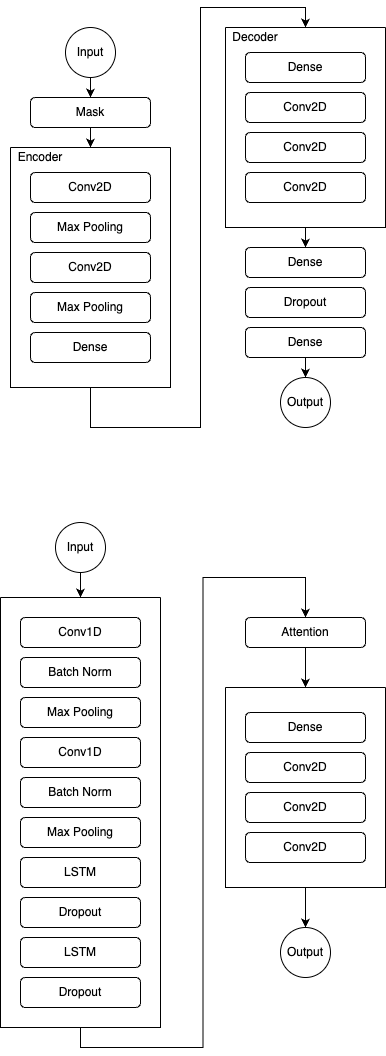
sunyshore/eeg keeps this draw.io diagram as models_diagrams.png. Above is the earlier version. Source tidied: cells renumbered, new cells last; positions are measured from the earlier drawing's top-left corner, leaving out a move shared by most shapes.
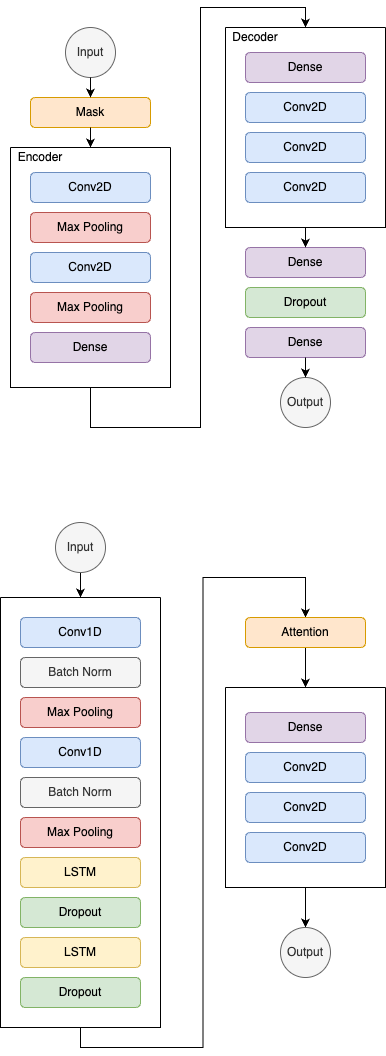
The same file after the commit.

The edit, as a diff of the source:
```diff
@@ -5,19 +5,19 @@
     <mxCell id="2" style="swimlane;startSize=0;" parent="1" vertex="1">
       <mxGeometry x="10" y="140" width="160" height="240" as="geometry" />
     </mxCell>
-    <mxCell id="3" value="Conv2D" style="rounded=1;whiteSpace=wrap;html=1;" parent="2" vertex="1">
+    <mxCell id="3" value="Conv2D" style="rounded=1;whiteSpace=wrap;html=1;fillColor=#dae8fc;strokeColor=#6c8ebf;" parent="2" vertex="1">
       <mxGeometry x="20" y="25" width="120" height="30" as="geometry" />
     </mxCell>
-    <mxCell id="4" value="Max Pooling" style="rounded=1;whiteSpace=wrap;html=1;" parent="2" vertex="1">
+    <mxCell id="4" value="Max Pooling" style="rounded=1;whiteSpace=wrap;html=1;fillColor=#f8cecc;strokeColor=#b85450;" parent="2" vertex="1">
       <mxGeometry x="20" y="65" width="120" height="30" as="geometry" />
     </mxCell>
-    <mxCell id="5" value="Conv2D" style="rounded=1;whiteSpace=wrap;html=1;" parent="2" vertex="1">
+    <mxCell id="5" value="Conv2D" style="rounded=1;whiteSpace=wrap;html=1;fillColor=#dae8fc;strokeColor=#6c8ebf;" parent="2" vertex="1">
       <mxGeometry x="20" y="105" width="120" height="30" as="geometry" />
     </mxCell>
-    <mxCell id="6" value="Max Pooling" style="rounded=1;whiteSpace=wrap;html=1;" parent="2" vertex="1">
+    <mxCell id="6" value="Max Pooling" style="rounded=1;whiteSpace=wrap;html=1;fillColor=#f8cecc;strokeColor=#b85450;" parent="2" vertex="1">
       <mxGeometry x="20" y="145" width="120" height="30" as="geometry" />
     </mxCell>
-    <mxCell id="7" value="Dense" style="rounded=1;whiteSpace=wrap;html=1;" parent="2" vertex="1">
+    <mxCell id="7" value="Dense" style="rounded=1;whiteSpace=wrap;html=1;fillColor=#e1d5e7;strokeColor=#9673a6;" parent="2" vertex="1">
       <mxGeometry x="20" y="185" width="120" height="30" as="geometry" />
     </mxCell>
     <mxCell id="8" value="Encoder" style="text;html=1;align=center;verticalAlign=middle;whiteSpace=wrap;rounded=0;" parent="2" vertex="1">
@@ -26,16 +26,16 @@
     <mxCell id="9" style="swimlane;startSize=0;" parent="1" vertex="1">
       <mxGeometry x="225" y="20" width="160" height="200" as="geometry" />
     </mxCell>
-    <mxCell id="10" value="Dense" style="rounded=1;whiteSpace=wrap;html=1;" parent="9" vertex="1">
+    <mxCell id="10" value="Dense" style="rounded=1;whiteSpace=wrap;html=1;fillColor=#e1d5e7;strokeColor=#9673a6;" parent="9" vertex="1">
       <mxGeometry x="20" y="25" width="120" height="30" as="geometry" />
     </mxCell>
-    <mxCell id="11" value="Conv2D" style="rounded=1;whiteSpace=wrap;html=1;" parent="9" vertex="1">
+    <mxCell id="11" value="Conv2D" style="rounded=1;whiteSpace=wrap;html=1;fillColor=#dae8fc;strokeColor=#6c8ebf;" parent="9" vertex="1">
       <mxGeometry x="20" y="65" width="120" height="30" as="geometry" />
     </mxCell>
-    <mxCell id="12" value="Conv2D" style="rounded=1;whiteSpace=wrap;html=1;" parent="9" vertex="1">
+    <mxCell id="12" value="Conv2D" style="rounded=1;whiteSpace=wrap;html=1;fillColor=#dae8fc;strokeColor=#6c8ebf;" parent="9" vertex="1">
       <mxGeometry x="20" y="105" width="120" height="30" as="geometry" />
     </mxCell>
-    <mxCell id="13" value="Conv2D" style="rounded=1;whiteSpace=wrap;html=1;" parent="9" vertex="1">
+    <mxCell id="13" value="Conv2D" style="rounded=1;whiteSpace=wrap;html=1;fillColor=#dae8fc;strokeColor=#6c8ebf;" parent="9" vertex="1">
       <mxGeometry x="20" y="145" width="120" height="30" as="geometry" />
     </mxCell>
     <mxCell id="14" value="Decoder" style="text;html=1;align=center;verticalAlign=middle;whiteSpace=wrap;rounded=0;" parent="9" vertex="1">
@@ -44,22 +44,22 @@
     <mxCell id="15" style="edgeStyle=orthogonalEdgeStyle;rounded=0;orthogonalLoop=1;jettySize=auto;html=1;exitX=0.5;exitY=1;exitDx=0;exitDy=0;" parent="1" edge="1" source="2" target="2">
       <mxGeometry relative="1" as="geometry" />
     </mxCell>
-    <mxCell id="16" value="Mask" style="rounded=1;whiteSpace=wrap;html=1;" parent="1" vertex="1">
+    <mxCell id="16" value="Mask" style="rounded=1;whiteSpace=wrap;html=1;fillColor=#ffe6cc;strokeColor=#d79b00;" parent="1" vertex="1">
       <mxGeometry x="30" y="90" width="120" height="30" as="geometry" />
     </mxCell>
-    <mxCell id="17" value="Input" style="ellipse;whiteSpace=wrap;html=1;" parent="1" vertex="1">
+    <mxCell id="17" value="Input" style="ellipse;whiteSpace=wrap;html=1;fillColor=#f5f5f5;fontColor=#333333;strokeColor=#666666;" parent="1" vertex="1">
       <mxGeometry x="65" y="20" width="50" height="50" as="geometry" />
     </mxCell>
-    <mxCell id="18" value="Dense" style="rounded=1;whiteSpace=wrap;html=1;" parent="1" vertex="1">
+    <mxCell id="18" value="Dense" style="rounded=1;whiteSpace=wrap;html=1;fillColor=#e1d5e7;strokeColor=#9673a6;" parent="1" vertex="1">
       <mxGeometry x="245" y="240" width="120" height="30" as="geometry" />
     </mxCell>
-    <mxCell id="19" value="Dropout" style="rounded=1;whiteSpace=wrap;html=1;" parent="1" vertex="1">
+    <mxCell id="19" value="Dropout" style="rounded=1;whiteSpace=wrap;html=1;fillColor=#d5e8d4;strokeColor=#82b366;" parent="1" vertex="1">
       <mxGeometry x="245" y="280" width="120" height="30" as="geometry" />
     </mxCell>
-    <mxCell id="20" value="Dense" style="rounded=1;whiteSpace=wrap;html=1;" parent="1" vertex="1">
+    <mxCell id="20" value="Dense" style="rounded=1;whiteSpace=wrap;html=1;fillColor=#e1d5e7;strokeColor=#9673a6;" parent="1" vertex="1">
       <mxGeometry x="245" y="320" width="120" height="30" as="geometry" />
     </mxCell>
-    <mxCell id="21" value="Output" style="ellipse;whiteSpace=wrap;html=1;" parent="1" vertex="1">
+    <mxCell id="21" value="Output" style="ellipse;whiteSpace=wrap;html=1;fillColor=#f5f5f5;fontColor=#333333;strokeColor=#666666;" parent="1" vertex="1">
       <mxGeometry x="280" y="370" width="50" height="50" as="geometry" />
     </mxCell>
     <mxCell id="22" style="endArrow=classic;html=1;rounded=0;exitX=0.5;exitY=1;exitDx=0;exitDy=0;entryX=0.5;entryY=0;entryDx=0;entryDy=0;" parent="1" edge="1" source="17" target="16">
@@ -90,40 +90,40 @@
     <mxCell id="28" style="swimlane;startSize=0;" parent="1" vertex="1">
       <mxGeometry y="590" width="160" height="430" as="geometry" />
     </mxCell>
-    <mxCell id="29" value="Conv1D" style="rounded=1;whiteSpace=wrap;html=1;" parent="28" vertex="1">
+    <mxCell id="29" value="Conv1D" style="rounded=1;whiteSpace=wrap;html=1;fillColor=#dae8fc;strokeColor=#6c8ebf;" parent="28" vertex="1">
       <mxGeometry x="20" y="20" width="120" height="30" as="geometry" />
     </mxCell>
-    <mxCell id="30" value="Batch Norm" style="rounded=1;whiteSpace=wrap;html=1;" parent="28" vertex="1">
+    <mxCell id="30" value="Batch Norm" style="rounded=1;whiteSpace=wrap;html=1;fillColor=#f5f5f5;fontColor=#333333;strokeColor=#666666;" parent="28" vertex="1">
       <mxGeometry x="20" y="60" width="120" height="30" as="geometry" />
     </mxCell>
-    <mxCell id="31" value="Max Pooling" style="rounded=1;whiteSpace=wrap;html=1;" parent="28" vertex="1">
+    <mxCell id="31" value="Max Pooling" style="rounded=1;whiteSpace=wrap;html=1;fillColor=#f8cecc;strokeColor=#b85450;" parent="28" vertex="1">
       <mxGeometry x="20" y="100" width="120" height="30" as="geometry" />
     </mxCell>
-    <mxCell id="32" value="Conv1D" style="rounded=1;whiteSpace=wrap;html=1;" parent="28" vertex="1">
+    <mxCell id="32" value="Conv1D" style="rounded=1;whiteSpace=wrap;html=1;fillColor=#dae8fc;strokeColor=#6c8ebf;" parent="28" vertex="1">
       <mxGeometry x="20" y="140" width="120" height="30" as="geometry" />
     </mxCell>
-    <mxCell id="33" value="Batch Norm" style="rounded=1;whiteSpace=wrap;html=1;" parent="28" vertex="1">
+    <mxCell id="33" value="Batch Norm" style="rounded=1;whiteSpace=wrap;html=1;fillColor=#f5f5f5;fontColor=#333333;strokeColor=#666666;" parent="28" vertex="1">
       <mxGeometry x="20" y="180" width="120" height="30" as="geometry" />
     </mxCell>
-    <mxCell id="34" value="Max Pooling" style="rounded=1;whiteSpace=wrap;html=1;" parent="28" vertex="1">
+    <mxCell id="34" value="Max Pooling" style="rounded=1;whiteSpace=wrap;html=1;fillColor=#f8cecc;strokeColor=#b85450;" parent="28" vertex="1">
       <mxGeometry x="20" y="220" width="120" height="30" as="geometry" />
     </mxCell>
-    <mxCell id="35" value="LSTM" style="rounded=1;whiteSpace=wrap;html=1;" parent="28" vertex="1">
+    <mxCell id="35" value="LSTM" style="rounded=1;whiteSpace=wrap;html=1;fillColor=#fff2cc;strokeColor=#d6b656;" parent="28" vertex="1">
       <mxGeometry x="20" y="260" width="120" height="30" as="geometry" />
     </mxCell>
-    <mxCell id="36" value="Dropout" style="rounded=1;whiteSpace=wrap;html=1;" parent="28" vertex="1">
+    <mxCell id="36" value="Dropout" style="rounded=1;whiteSpace=wrap;html=1;fillColor=#d5e8d4;strokeColor=#82b366;" parent="28" vertex="1">
       <mxGeometry x="20" y="300" width="120" height="30" as="geometry" />
     </mxCell>
-    <mxCell id="37" value="LSTM" style="rounded=1;whiteSpace=wrap;html=1;" parent="28" vertex="1">
+    <mxCell id="37" value="LSTM" style="rounded=1;whiteSpace=wrap;html=1;fillColor=#fff2cc;strokeColor=#d6b656;" parent="28" vertex="1">
       <mxGeometry x="20" y="340" width="120" height="30" as="geometry" />
     </mxCell>
-    <mxCell id="38" value="Dropout" style="rounded=1;whiteSpace=wrap;html=1;" parent="28" vertex="1">
+    <mxCell id="38" value="Dropout" style="rounded=1;whiteSpace=wrap;html=1;fillColor=#d5e8d4;strokeColor=#82b366;" parent="28" vertex="1">
       <mxGeometry x="20" y="380" width="120" height="30" as="geometry" />
     </mxCell>
     <mxCell id="39" style="edgeStyle=orthogonalEdgeStyle;rounded=0;jettySize=auto;html=1;exitX=0.5;exitY=1;exitDx=0;exitDy=0;entryX=0.5;entryY=0;entryDx=0;entryDy=0;" parent="1" edge="1" source="40" target="42">
       <mxGeometry relative="1" as="geometry" />
     </mxCell>
-    <mxCell id="40" value="Attention" style="rounded=1;whiteSpace=wrap;html=1;" parent="1" vertex="1">
+    <mxCell id="40" value="Attention" style="rounded=1;whiteSpace=wrap;html=1;fillColor=#ffe6cc;strokeColor=#d79b00;" parent="1" vertex="1">
       <mxGeometry x="245" y="610" width="120" height="30" as="geometry" />
     </mxCell>
     <mxCell id="41" style="edgeStyle=orthogonalEdgeStyle;rounded=0;jettySize=auto;html=1;exitX=0.5;exitY=1;exitDx=0;exitDy=0;entryX=0.5;entryY=0;entryDx=0;entryDy=0;" parent="1" edge="1" source="42" target="47">
@@ -132,25 +132,25 @@
     <mxCell id="42" style="swimlane;startSize=0;" parent="1" vertex="1">
       <mxGeometry x="225" y="680" width="160" height="200" as="geometry" />
     </mxCell>
-    <mxCell id="43" value="Dense" style="rounded=1;whiteSpace=wrap;html=1;" parent="42" vertex="1">
+    <mxCell id="43" value="Dense" style="rounded=1;whiteSpace=wrap;html=1;fillColor=#e1d5e7;strokeColor=#9673a6;" parent="42" vertex="1">
       <mxGeometry x="20" y="25" width="120" height="30" as="geometry" />
     </mxCell>
-    <mxCell id="44" value="Conv2D" style="rounded=1;whiteSpace=wrap;html=1;" parent="42" vertex="1">
+    <mxCell id="44" value="Conv2D" style="rounded=1;whiteSpace=wrap;html=1;fillColor=#dae8fc;strokeColor=#6c8ebf;" parent="42" vertex="1">
       <mxGeometry x="20" y="65" width="120" height="30" as="geometry" />
     </mxCell>
-    <mxCell id="45" value="Conv2D" style="rounded=1;whiteSpace=wrap;html=1;" parent="42" vertex="1">
+    <mxCell id="45" value="Conv2D" style="rounded=1;whiteSpace=wrap;html=1;fillColor=#dae8fc;strokeColor=#6c8ebf;" parent="42" vertex="1">
       <mxGeometry x="20" y="105" width="120" height="30" as="geometry" />
     </mxCell>
-    <mxCell id="46" value="Conv2D" style="rounded=1;whiteSpace=wrap;html=1;" parent="42" vertex="1">
+    <mxCell id="46" value="Conv2D" style="rounded=1;whiteSpace=wrap;html=1;fillColor=#dae8fc;strokeColor=#6c8ebf;" parent="42" vertex="1">
       <mxGeometry x="20" y="145" width="120" height="30" as="geometry" />
     </mxCell>
-    <mxCell id="47" value="Output" style="ellipse;whiteSpace=wrap;html=1;" parent="1" vertex="1">
+    <mxCell id="47" value="Output" style="ellipse;whiteSpace=wrap;html=1;fillColor=#f5f5f5;fontColor=#333333;strokeColor=#666666;" parent="1" vertex="1">
       <mxGeometry x="280" y="920" width="50" height="50" as="geometry" />
     </mxCell>
     <mxCell id="48" style="edgeStyle=orthogonalEdgeStyle;rounded=0;jettySize=auto;html=1;exitX=0.5;exitY=1;exitDx=0;exitDy=0;entryX=0.5;entryY=0;entryDx=0;entryDy=0;" parent="1" edge="1" source="49" target="28">
       <mxGeometry relative="1" as="geometry" />
     </mxCell>
-    <mxCell id="49" value="Input" style="ellipse;whiteSpace=wrap;html=1;" parent="1" vertex="1">
+    <mxCell id="49" value="Input" style="ellipse;whiteSpace=wrap;html=1;fillColor=#f5f5f5;fontColor=#333333;strokeColor=#666666;" parent="1" vertex="1">
       <mxGeometry x="55" y="515" width="50" height="50" as="geometry" />
     </mxCell>
   </root>
```
